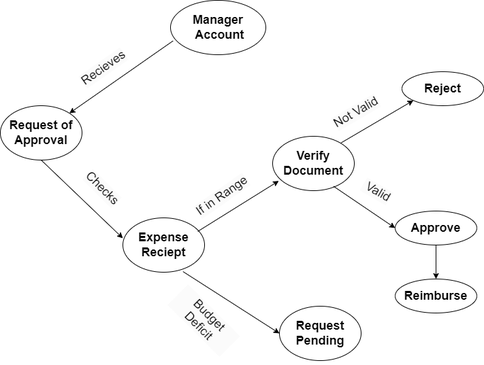
Earlier version of the draw.io export ConceptMap_1.drawio.png (Keyur1284/Group26_Software_Project). Source tidied: cells renumbered, new cells last; positions are measured from the earlier drawing's top-left corner, leaving out a move shared by most shapes.
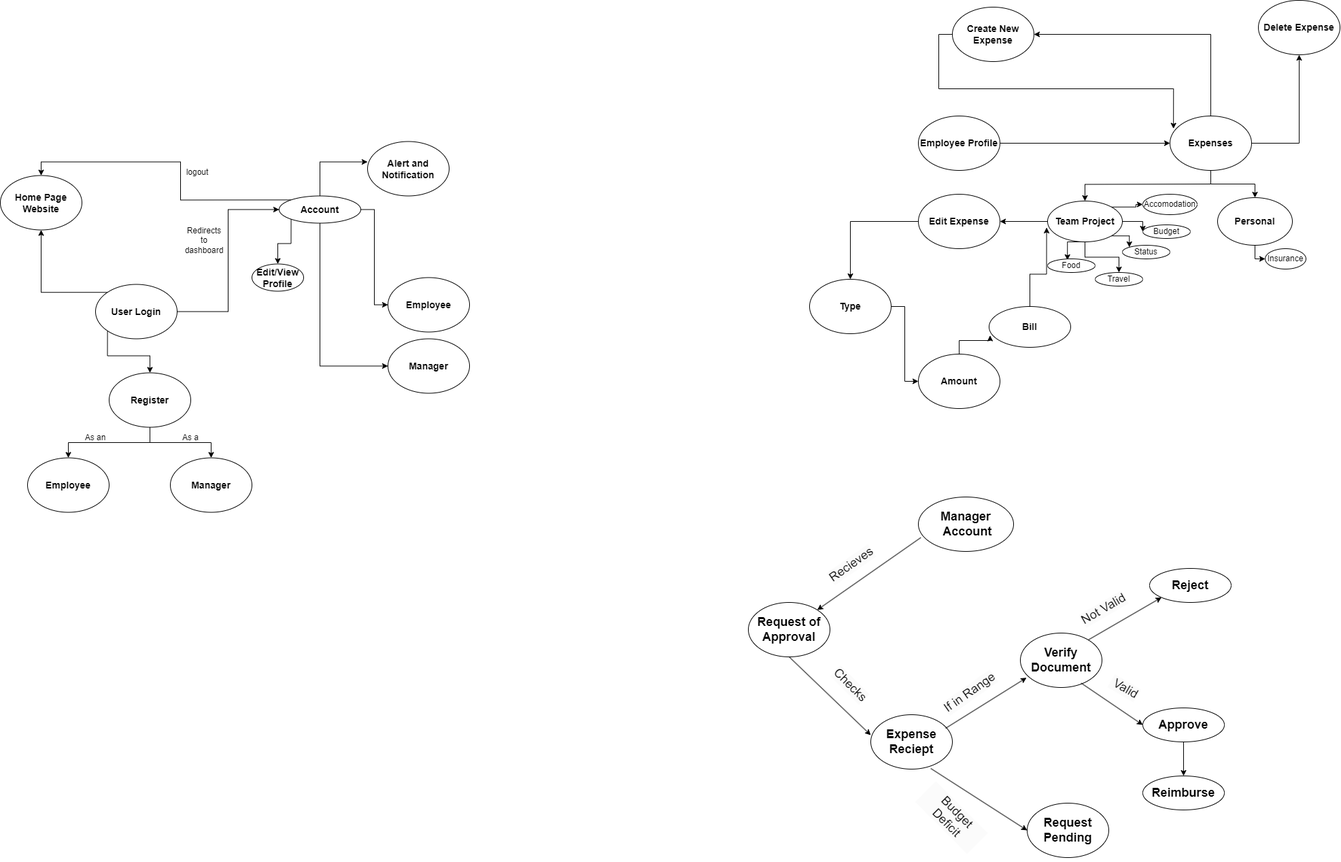
Above is the later version.

Diff of the diagram source:
```diff
@@ -71,5 +71,178 @@
     <mxCell id="22" style="endArrow=classic;html=1;rounded=0;exitX=0.5;exitY=1;exitDx=0;exitDy=0;entryX=0.5;entryY=0;entryDx=0;entryDy=0;" parent="1" edge="1" source="7" target="8">
       <mxGeometry relative="1" as="geometry" />
     </mxCell>
+    <mxCell id="23" style="edgeStyle=orthogonalEdgeStyle;rounded=0;jettySize=auto;html=1;exitX=0;exitY=0;exitDx=0;exitDy=0;entryX=0.5;entryY=1;entryDx=0;entryDy=0;" parent="1" edge="1" source="26" target="30">
+      <mxGeometry relative="1" as="geometry" />
+    </mxCell>
+    <mxCell id="24" style="edgeStyle=orthogonalEdgeStyle;rounded=0;jettySize=auto;html=1;exitX=0;exitY=1;exitDx=0;exitDy=0;" parent="1" edge="1" source="26" target="29">
+      <mxGeometry relative="1" as="geometry" />
+    </mxCell>
+    <mxCell id="25" style="edgeStyle=orthogonalEdgeStyle;rounded=0;jettySize=auto;html=1;exitX=1;exitY=0.5;exitDx=0;exitDy=0;entryX=0;entryY=0.5;entryDx=0;entryDy=0;" parent="1" edge="1" source="26" target="36">
+      <mxGeometry relative="1" as="geometry" />
+    </mxCell>
+    <mxCell id="26" value="&lt;h3&gt;User Login&lt;/h3&gt;" style="ellipse;whiteSpace=wrap;html=1;" parent="1" vertex="1">
+      <mxGeometry x="-960" y="-312.5" width="120" height="80" as="geometry" />
+    </mxCell>
+    <mxCell id="27" style="edgeStyle=orthogonalEdgeStyle;rounded=0;jettySize=auto;html=1;" parent="1" edge="1" source="29" target="41">
+      <mxGeometry relative="1" as="geometry" />
+    </mxCell>
+    <mxCell id="28" style="edgeStyle=orthogonalEdgeStyle;rounded=0;jettySize=auto;html=1;entryX=0.5;entryY=0;entryDx=0;entryDy=0;" parent="1" edge="1" source="29" target="40">
+      <mxGeometry relative="1" as="geometry" />
+    </mxCell>
+    <mxCell id="29" value="&lt;h3&gt;Register&lt;/h3&gt;" style="ellipse;whiteSpace=wrap;html=1;" parent="1" vertex="1">
+      <mxGeometry x="-940" y="-182.5" width="120" height="80" as="geometry" />
+    </mxCell>
+    <mxCell id="30" value="&lt;h3&gt;Home Page Website&lt;/h3&gt;" style="ellipse;whiteSpace=wrap;html=1;" parent="1" vertex="1">
+      <mxGeometry x="-1100" y="-472.5" width="120" height="80" as="geometry" />
+    </mxCell>
+    <mxCell id="31" style="edgeStyle=orthogonalEdgeStyle;rounded=0;jettySize=auto;html=1;exitX=0.5;exitY=1;exitDx=0;exitDy=0;entryX=0;entryY=0.5;entryDx=0;entryDy=0;" parent="1" edge="1" source="36" target="37">
+      <mxGeometry relative="1" as="geometry" />
+    </mxCell>
+    <mxCell id="32" style="edgeStyle=orthogonalEdgeStyle;rounded=0;jettySize=auto;html=1;entryX=0;entryY=0.5;entryDx=0;entryDy=0;" parent="1" edge="1" source="36" target="38">
+      <mxGeometry relative="1" as="geometry" />
+    </mxCell>
+    <mxCell id="33" style="edgeStyle=orthogonalEdgeStyle;rounded=0;jettySize=auto;html=1;exitX=0;exitY=0;exitDx=0;exitDy=0;entryX=0.5;entryY=0;entryDx=0;entryDy=0;" parent="1" edge="1" source="36" target="30">
+      <mxGeometry relative="1" as="geometry" />
+    </mxCell>
+    <mxCell id="34" style="edgeStyle=orthogonalEdgeStyle;rounded=0;jettySize=auto;html=1;exitX=0.5;exitY=0;exitDx=0;exitDy=0;entryX=0;entryY=0.375;entryDx=0;entryDy=0;entryPerimeter=0;" parent="1" edge="1" source="36" target="44">
+      <mxGeometry relative="1" as="geometry" />
+    </mxCell>
+    <mxCell id="35" style="edgeStyle=orthogonalEdgeStyle;rounded=0;jettySize=auto;html=1;exitX=0;exitY=1;exitDx=0;exitDy=0;entryX=0.5;entryY=0;entryDx=0;entryDy=0;" parent="1" edge="1" source="36" target="46">
+      <mxGeometry relative="1" as="geometry" />
+    </mxCell>
+    <mxCell id="36" value="&lt;h3&gt;Account&lt;/h3&gt;" style="ellipse;whiteSpace=wrap;html=1;" parent="1" vertex="1">
+      <mxGeometry x="-690" y="-442.5" width="120" height="40" as="geometry" />
+    </mxCell>
+    <mxCell id="37" value="&lt;h3&gt;Manager&lt;/h3&gt;" style="ellipse;whiteSpace=wrap;html=1;" parent="1" vertex="1">
+      <mxGeometry x="-530" y="-232.5" width="120" height="80" as="geometry" />
+    </mxCell>
+    <mxCell id="38" value="&lt;h3&gt;Employee&lt;/h3&gt;" style="ellipse;whiteSpace=wrap;html=1;" parent="1" vertex="1">
+      <mxGeometry x="-530" y="-322.5" width="120" height="80" as="geometry" />
+    </mxCell>
+    <mxCell id="39" value="logout" style="text;html=1;strokeColor=none;fillColor=none;align=center;verticalAlign=middle;whiteSpace=wrap;rounded=0;" parent="1" vertex="1">
+      <mxGeometry x="-840" y="-492.5" width="60" height="30" as="geometry" />
+    </mxCell>
+    <mxCell id="40" value="&lt;h3&gt;Manager&lt;/h3&gt;" style="ellipse;whiteSpace=wrap;html=1;" parent="1" vertex="1">
+      <mxGeometry x="-850" y="-57.5" width="120" height="80" as="geometry" />
+    </mxCell>
+    <mxCell id="41" value="&lt;h3&gt;Employee&lt;/h3&gt;" style="ellipse;whiteSpace=wrap;html=1;" parent="1" vertex="1">
+      <mxGeometry x="-1060" y="-57.5" width="120" height="80" as="geometry" />
+    </mxCell>
+    <mxCell id="42" value="As an" style="text;html=1;strokeColor=none;fillColor=none;align=center;verticalAlign=middle;whiteSpace=wrap;rounded=0;" parent="1" vertex="1">
+      <mxGeometry x="-990" y="-102.5" width="60" height="30" as="geometry" />
+    </mxCell>
+    <mxCell id="43" value="As a" style="text;html=1;strokeColor=none;fillColor=none;align=center;verticalAlign=middle;whiteSpace=wrap;rounded=0;" parent="1" vertex="1">
+      <mxGeometry x="-850" y="-102.5" width="60" height="30" as="geometry" />
+    </mxCell>
+    <mxCell id="44" value="&lt;h3&gt;Alert and Notification&lt;/h3&gt;" style="ellipse;whiteSpace=wrap;html=1;" parent="1" vertex="1">
+      <mxGeometry x="-560" y="-522.5" width="120" height="80" as="geometry" />
+    </mxCell>
+    <mxCell id="45" value="Redirects to dashboard" style="text;html=1;strokeColor=none;fillColor=none;align=center;verticalAlign=middle;whiteSpace=wrap;rounded=0;" parent="1" vertex="1">
+      <mxGeometry x="-830" y="-392.5" width="60" height="30" as="geometry" />
+    </mxCell>
+    <mxCell id="46" value="&lt;h3&gt;Edit/View Profile&lt;/h3&gt;" style="ellipse;whiteSpace=wrap;html=1;" parent="1" vertex="1">
+      <mxGeometry x="-730" y="-342.5" width="76" height="40" as="geometry" />
+    </mxCell>
+    <mxCell id="47" style="edgeStyle=orthogonalEdgeStyle;rounded=0;jettySize=auto;html=1;" parent="1" edge="1" source="48" target="52">
+      <mxGeometry relative="1" as="geometry" />
+    </mxCell>
+    <mxCell id="48" value="&lt;h3&gt;Employee Profile&lt;/h3&gt;" style="ellipse;whiteSpace=wrap;html=1;" parent="1" vertex="1">
+      <mxGeometry x="250" y="-560" width="120" height="80" as="geometry" />
+    </mxCell>
+    <mxCell id="49" style="edgeStyle=orthogonalEdgeStyle;rounded=0;jettySize=auto;html=1;" parent="1" edge="1" source="52" target="64">
+      <mxGeometry relative="1" as="geometry" />
+    </mxCell>
+    <mxCell id="50" style="edgeStyle=orthogonalEdgeStyle;rounded=0;jettySize=auto;html=1;exitX=0.5;exitY=0;exitDx=0;exitDy=0;entryX=1;entryY=0.5;entryDx=0;entryDy=0;" parent="1" edge="1" source="52" target="54">
+      <mxGeometry relative="1" as="geometry" />
+    </mxCell>
+    <mxCell id="51" style="edgeStyle=orthogonalEdgeStyle;rounded=0;jettySize=auto;html=1;entryX=0.5;entryY=1;entryDx=0;entryDy=0;" parent="1" edge="1" source="52" target="55">
+      <mxGeometry relative="1" as="geometry" />
+    </mxCell>
+    <mxCell id="52" value="&lt;h3&gt;Expenses&lt;/h3&gt;" style="ellipse;whiteSpace=wrap;html=1;" parent="1" vertex="1">
+      <mxGeometry x="620" y="-560" width="120" height="80" as="geometry" />
+    </mxCell>
+    <mxCell id="53" style="edgeStyle=orthogonalEdgeStyle;rounded=0;jettySize=auto;html=1;exitX=0;exitY=0.5;exitDx=0;exitDy=0;entryX=0.043;entryY=0.233;entryDx=0;entryDy=0;entryPerimeter=0;" parent="1" edge="1" source="54" target="52">
+      <mxGeometry relative="1" as="geometry" />
+    </mxCell>
+    <mxCell id="54" value="&lt;h3&gt;Create New Expense&lt;/h3&gt;" style="ellipse;whiteSpace=wrap;html=1;" parent="1" vertex="1">
+      <mxGeometry x="300" y="-720" width="120" height="80" as="geometry" />
+    </mxCell>
+    <mxCell id="55" value="&lt;h3&gt;Delete Expense&lt;/h3&gt;" style="ellipse;whiteSpace=wrap;html=1;" parent="1" vertex="1">
+      <mxGeometry x="750" y="-730" width="120" height="80" as="geometry" />
+    </mxCell>
+    <mxCell id="56" style="edgeStyle=orthogonalEdgeStyle;rounded=0;jettySize=auto;html=1;" parent="1" edge="1" source="62" target="77">
+      <mxGeometry relative="1" as="geometry" />
+    </mxCell>
+    <mxCell id="57" style="edgeStyle=orthogonalEdgeStyle;rounded=0;jettySize=auto;html=1;exitX=0.5;exitY=1;exitDx=0;exitDy=0;entryX=0.417;entryY=0.095;entryDx=0;entryDy=0;entryPerimeter=0;" parent="1" edge="1" source="62" target="73">
+      <mxGeometry relative="1" as="geometry" />
+    </mxCell>
+    <mxCell id="58" style="edgeStyle=orthogonalEdgeStyle;rounded=0;jettySize=auto;html=1;exitX=1;exitY=1;exitDx=0;exitDy=0;entryX=0;entryY=0;entryDx=0;entryDy=0;" parent="1" edge="1" source="62" target="72">
+      <mxGeometry relative="1" as="geometry" />
+    </mxCell>
+    <mxCell id="59" style="edgeStyle=orthogonalEdgeStyle;rounded=0;jettySize=auto;html=1;exitX=1;exitY=0.5;exitDx=0;exitDy=0;entryX=0;entryY=0.5;entryDx=0;entryDy=0;" parent="1" edge="1" source="62" target="71">
+      <mxGeometry relative="1" as="geometry" />
+    </mxCell>
+    <mxCell id="60" style="edgeStyle=orthogonalEdgeStyle;rounded=0;jettySize=auto;html=1;exitX=1;exitY=0;exitDx=0;exitDy=0;entryX=0;entryY=0.5;entryDx=0;entryDy=0;" parent="1" edge="1" source="62" target="75">
+      <mxGeometry relative="1" as="geometry" />
+    </mxCell>
+    <mxCell id="61" style="edgeStyle=orthogonalEdgeStyle;rounded=0;jettySize=auto;html=1;exitX=0.5;exitY=1;exitDx=0;exitDy=0;entryX=0.5;entryY=0;entryDx=0;entryDy=0;" parent="1" edge="1" source="62" target="74">
+      <mxGeometry relative="1" as="geometry" />
+    </mxCell>
+    <mxCell id="62" value="&lt;h3&gt;Team Project&lt;/h3&gt;" style="ellipse;whiteSpace=wrap;html=1;" parent="1" vertex="1">
+      <mxGeometry x="440" y="-435" width="110" height="60" as="geometry" />
+    </mxCell>
+    <mxCell id="63" style="edgeStyle=orthogonalEdgeStyle;rounded=0;jettySize=auto;html=1;entryX=0;entryY=0.5;entryDx=0;entryDy=0;" parent="1" edge="1" source="64" target="66">
+      <mxGeometry relative="1" as="geometry" />
+    </mxCell>
+    <mxCell id="64" value="&lt;h3&gt;Personal&lt;/h3&gt;" style="ellipse;whiteSpace=wrap;html=1;" parent="1" vertex="1">
+      <mxGeometry x="690" y="-440" width="110" height="70" as="geometry" />
+    </mxCell>
+    <mxCell id="65" style="edgeStyle=orthogonalEdgeStyle;rounded=0;jettySize=auto;html=1;entryX=0.5;entryY=0;entryDx=0;entryDy=0;" parent="1" edge="1" target="62">
+      <mxGeometry relative="1" as="geometry">
+        <mxPoint x="680" y="-460" as="sourcePoint" />
+      </mxGeometry>
+    </mxCell>
+    <mxCell id="66" value="Insurance" style="ellipse;whiteSpace=wrap;html=1;" parent="1" vertex="1">
+      <mxGeometry x="760" y="-365" width="60" height="30" as="geometry" />
+    </mxCell>
+    <mxCell id="67" style="edgeStyle=orthogonalEdgeStyle;rounded=0;jettySize=auto;html=1;entryX=0;entryY=0.5;entryDx=0;entryDy=0;" parent="1" edge="1" source="68" target="70">
+      <mxGeometry relative="1" as="geometry" />
+    </mxCell>
+    <mxCell id="68" value="&lt;h3&gt;Type&lt;/h3&gt;" style="ellipse;whiteSpace=wrap;html=1;" parent="1" vertex="1">
+      <mxGeometry x="90" y="-320" width="120" height="80" as="geometry" />
+    </mxCell>
+    <mxCell id="69" style="edgeStyle=orthogonalEdgeStyle;rounded=0;jettySize=auto;html=1;entryX=0.012;entryY=0.71;entryDx=0;entryDy=0;entryPerimeter=0;" parent="1" edge="1" source="70" target="79">
+      <mxGeometry relative="1" as="geometry" />
+    </mxCell>
+    <mxCell id="70" value="&lt;h3&gt;Amount&lt;/h3&gt;" style="ellipse;whiteSpace=wrap;html=1;" parent="1" vertex="1">
+      <mxGeometry x="250" y="-210" width="120" height="80" as="geometry" />
+    </mxCell>
+    <mxCell id="71" value="Budget" style="ellipse;whiteSpace=wrap;html=1;" parent="1" vertex="1">
+      <mxGeometry x="580" y="-400" width="70" height="20" as="geometry" />
+    </mxCell>
+    <mxCell id="72" value="Status" style="ellipse;whiteSpace=wrap;html=1;" parent="1" vertex="1">
+      <mxGeometry x="550" y="-370" width="70" height="20" as="geometry" />
+    </mxCell>
+    <mxCell id="73" value="Food" style="ellipse;whiteSpace=wrap;html=1;" parent="1" vertex="1">
+      <mxGeometry x="440" y="-350" width="70" height="20" as="geometry" />
+    </mxCell>
+    <mxCell id="74" value="Travel" style="ellipse;whiteSpace=wrap;html=1;" parent="1" vertex="1">
+      <mxGeometry x="510" y="-330" width="70" height="20" as="geometry" />
+    </mxCell>
+    <mxCell id="75" value="Accomodation" style="ellipse;whiteSpace=wrap;html=1;" parent="1" vertex="1">
+      <mxGeometry x="580" y="-445" width="80" height="30" as="geometry" />
+    </mxCell>
+    <mxCell id="76" style="edgeStyle=orthogonalEdgeStyle;rounded=0;jettySize=auto;html=1;entryX=0.5;entryY=0;entryDx=0;entryDy=0;" parent="1" edge="1" source="77" target="68">
+      <mxGeometry relative="1" as="geometry" />
+    </mxCell>
+    <mxCell id="77" value="&lt;h3&gt;Edit Expense&lt;/h3&gt;" style="ellipse;whiteSpace=wrap;html=1;" parent="1" vertex="1">
+      <mxGeometry x="250" y="-445" width="120" height="80" as="geometry" />
+    </mxCell>
+    <mxCell id="78" style="edgeStyle=orthogonalEdgeStyle;rounded=0;jettySize=auto;html=1;entryX=-0.013;entryY=0.649;entryDx=0;entryDy=0;entryPerimeter=0;" parent="1" edge="1" source="79" target="62">
+      <mxGeometry relative="1" as="geometry" />
+    </mxCell>
+    <mxCell id="79" value="&lt;h3&gt;Bill&lt;/h3&gt;" style="ellipse;whiteSpace=wrap;html=1;" parent="1" vertex="1">
+      <mxGeometry x="354" y="-280" width="120" height="60" as="geometry" />
+    </mxCell>
   </root>
 </mxGraphModel>
```
